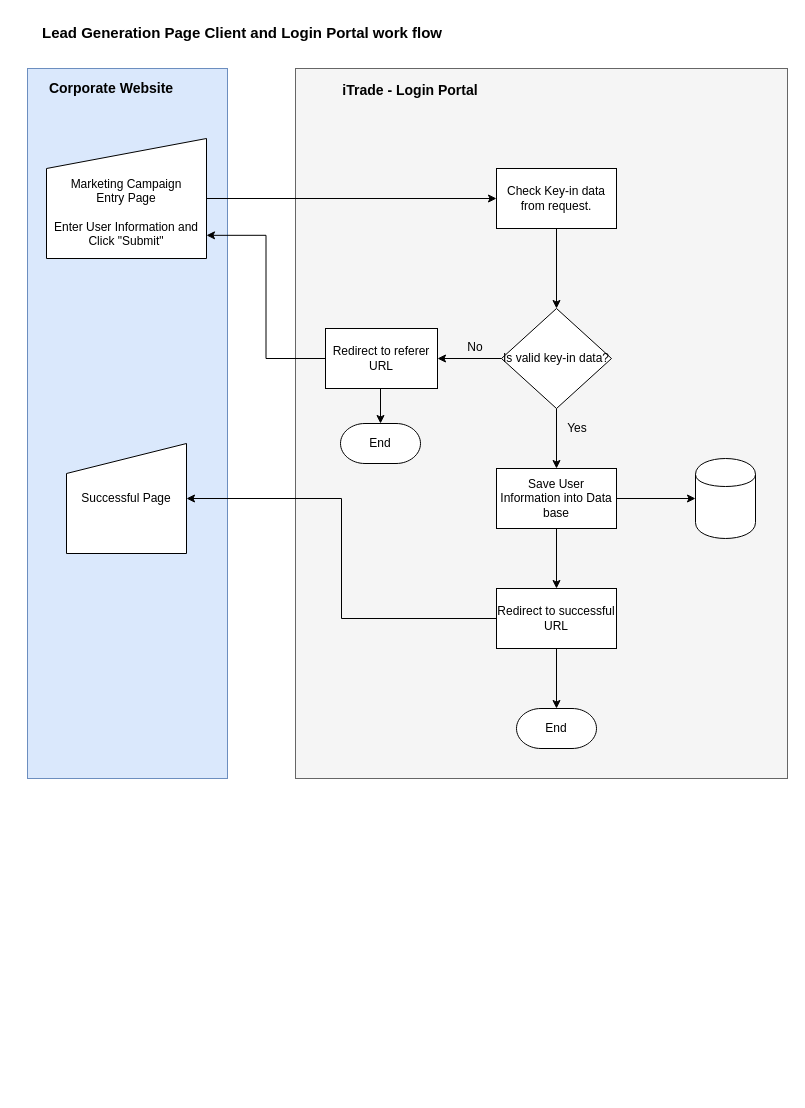
Earlier version of the draw.io diagram Lead generation Diagram.drawio (myomyo/branch). Source tidied: cells renumbered, new cells numbered last; positions are measured from the earlier drawing's top-left corner, leaving out a move shared by most shapes. Both pictures are drawn from the tidied source at 100%, with x=0, y=0 at pixel (27, 17).
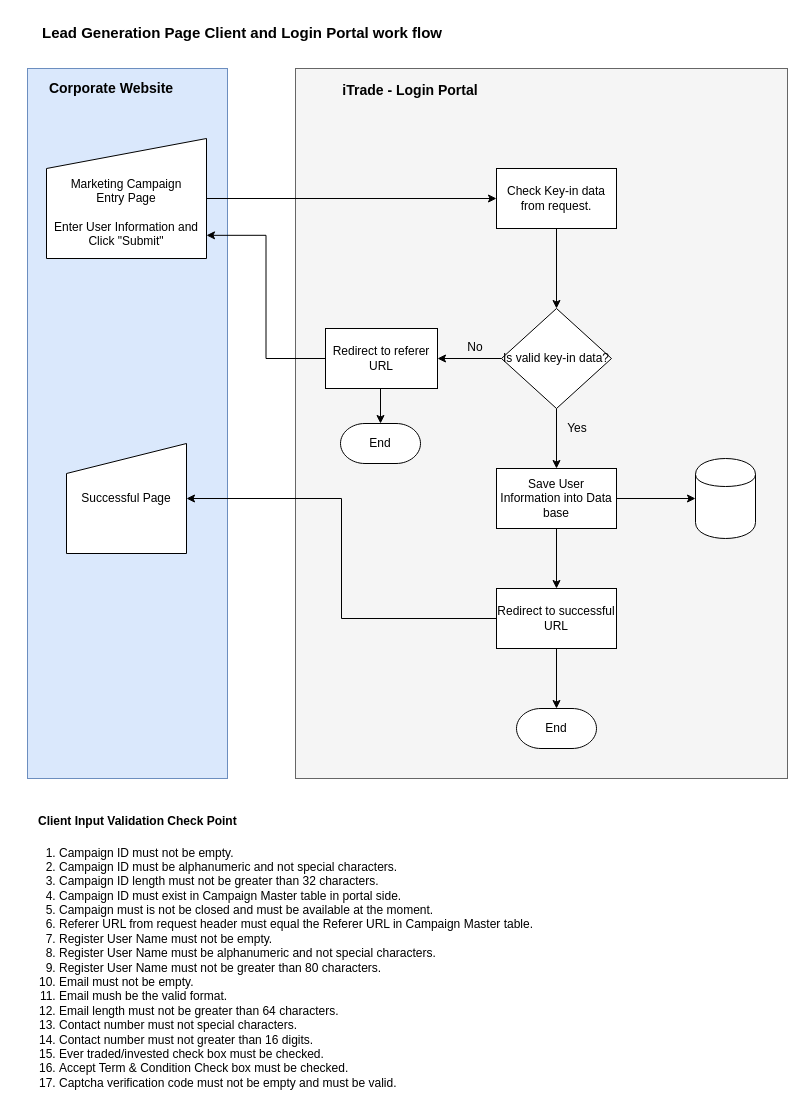
The same diagram, later.

Diff of the diagram source:
```diff
@@
+    <mxCell id="29" value="&lt;ol&gt;&lt;li&gt;Campaign ID must not be empty.&lt;br&gt;&lt;/li&gt;&lt;li&gt;Campaign ID must be alphanumeric and not special characters.&lt;/li&gt;&lt;li&gt;Campaign ID length must not be greater than 32 characters.&lt;/li&gt;&lt;li&gt;Campaign ID must exist in Campaign Master table in portal side.&lt;/li&gt;&lt;li&gt;Campaign must is not be closed and must be available at the moment.&lt;/li&gt;&lt;li&gt;Referer URL from request header must equal the Referer URL in Campaign Master table.&lt;/li&gt;&lt;li&gt;Register User Name must not be empty.&lt;/li&gt;&lt;li&gt;Register User Name&amp;nbsp;must be alphanumeric and not special characters.&lt;/li&gt;&lt;li&gt;Register User Name&amp;nbsp;must not be greater than 80 characters.&lt;/li&gt;&lt;li&gt;Email must not be empty.&lt;/li&gt;&lt;li&gt;Email mush be the valid format.&lt;/li&gt;&lt;li&gt;Email length must not be greater than 64 characters.&lt;/li&gt;&lt;li&gt;Contact number must not special characters.&lt;/li&gt;&lt;li&gt;Contact number must not greater than 16 digits.&lt;/li&gt;&lt;li&gt;Ever traded/invested check box must be checked.&lt;br&gt;&lt;/li&gt;&lt;li&gt;Accept Term &amp;amp; Condition Check box must be checked.&lt;/li&gt;&lt;li&gt;Captcha verification code must not be empty and must be valid.&lt;/li&gt;&lt;/ol&gt;" style="text;strokeColor=none;fillColor=none;html=1;whiteSpace=wrap;verticalAlign=middle;overflow=hidden;align=left;" parent="1" vertex="1">
+      <mxGeometry x="-10" y="814" width="530" height="260" as="geometry" />
+    </mxCell>
+    <mxCell id="30" value="&lt;b&gt;Client Input Validation Check Point&lt;/b&gt;" style="text;html=1;strokeColor=none;fillColor=none;align=left;verticalAlign=middle;whiteSpace=wrap;rounded=0;" parent="1" vertex="1">
+      <mxGeometry x="9" y="794" width="240" height="20" as="geometry" />
+    </mxCell>
```
